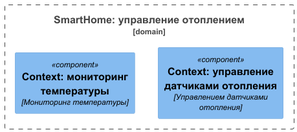
Before: schemas/task1_domains.png, a diagram exported from PlantUML (petrovdv/swa-warmhouse). Its diagram source:
```plantuml
@startuml
top to bottom direction

!define RELATIVE_INCLUDE .
!include C4_templates/C4_Component.puml

Boundary(c1, "SmartHome: управление отоплением", $type="domain") {
    Component(SensorsSystem, "Context: управление датчиками отопления", "Управлением датчиками отопления")
    Component(TemperatureSystem, "Context: мониторинг температуры", "Мониторинг температуры")
}

@enduml
```
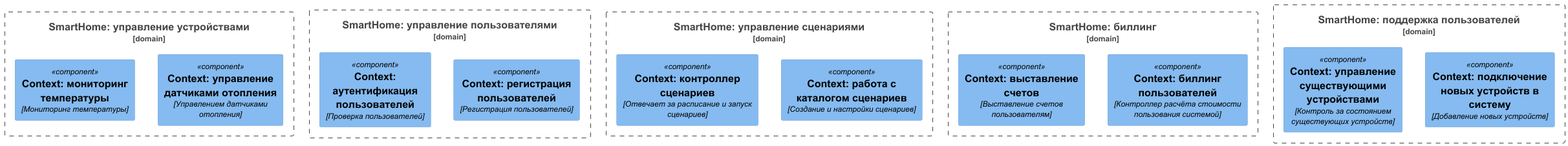
After the commit.

Change to the diagram source:
```diff
@@ -4,9 +4,27 @@
 !define RELATIVE_INCLUDE .
 !include C4_templates/C4_Component.puml
 
-Boundary(c1, "SmartHome: управление отоплением", $type="domain") {
-    Component(SensorsSystem, "Context: управление датчиками отопления", "Управлением датчиками отопления")
-    Component(TemperatureSystem, "Context: мониторинг температуры", "Мониторинг температуры")
+Boundary(c1, "SmartHome: управление устройствами", $type="domain") {
+    Component(sensors, "Context: управление датчиками отопления", "Управлением датчиками отопления")
+    Component(monitoring, "Context: мониторинг температуры", "Мониторинг температуры")
+}
+Boundary(c2, "SmartHome: управление пользователями", $type="domain") {
+    Component(registration, "Context: регистрация пользователей", "Регистрация пользователей")
+    Component(authentication, "Context: аутентификация пользователей", "Проверка пользователей")
+}
+Boundary(c3, "SmartHome: управление сценариями", $type="domain") {
+    Component(scripts, "Context: работа с каталогом сценариев", "Создание и настройки сценариев")
+    Component(runner, "Context: контроллер сценариев", "Отвечает за расписание и запуск сценариев")
+}
+Boundary(c4, "SmartHome: биллинг", $type="domain") {
+    Component(billing, "Context: биллинг пользователей", "Контроллер расчёта стоимости пользования системой")
+    Component(invoice, "Context: выставление счетов", "Выставление счетов пользователям")
+}
+Boundary(c5, "SmartHome: поддержка пользователей", $type="domain") {
+    Component(devices, "Context: подключение новых устройств в систему", "Добавление новых устройств")
+    Component(management, "Context: управление существующими устройствами", "Контроль за состоянием существующих устройств")
 }
 
+
+
 @enduml
```
